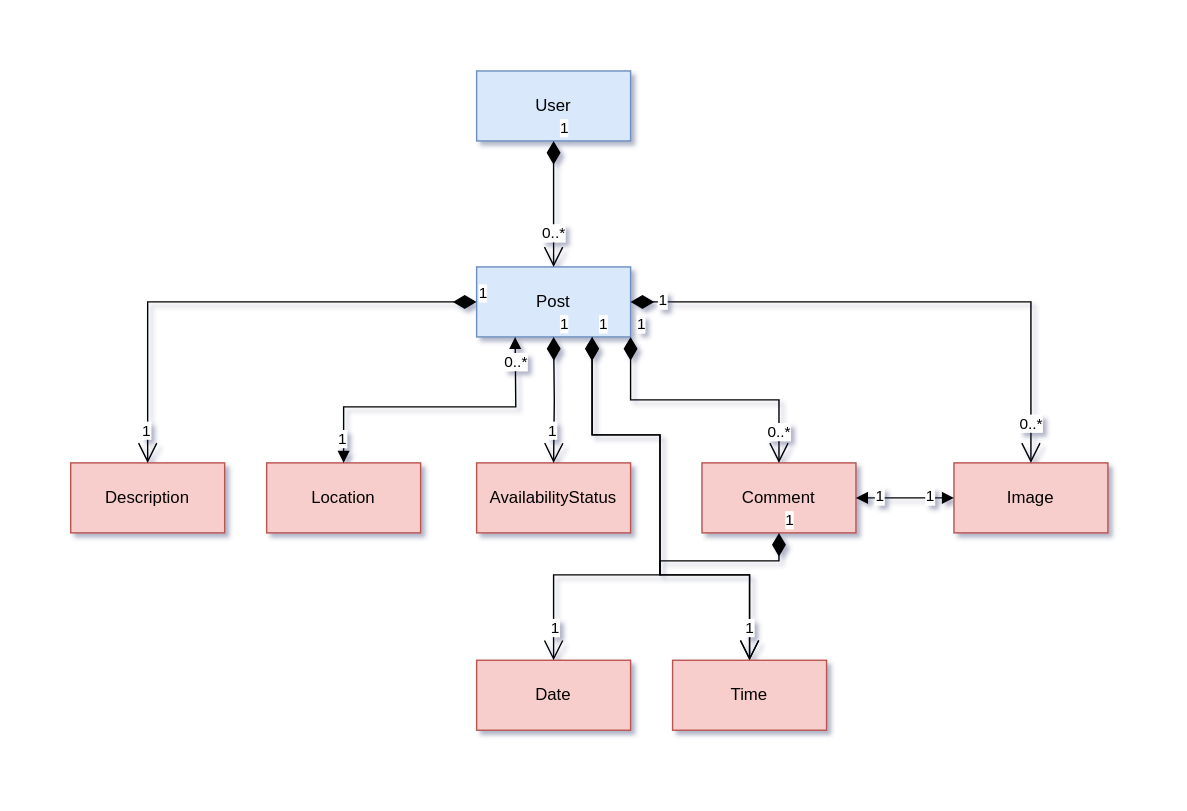
Before: assets/tastytrails.svg, a diagram exported from draw.io (kaushik-manivannan/tasty-trails). Source tidied: cells renumbered, new cells last; positions are measured from the earlier drawing's top-left corner, leaving out a move shared by most shapes. Source of this version:
```xml
<mxGraphModel>
  <root>
    <mxCell id="0" />
    <mxCell id="1" parent="0" />
    <mxCell id="2" value="User" style="html=1;whiteSpace=wrap;fillColor=#dae8fc;strokeColor=#6c8ebf;" parent="1" vertex="1">
      <mxGeometry x="290" width="110" height="50" as="geometry" />
    </mxCell>
    <mxCell id="3" value="Post" style="html=1;whiteSpace=wrap;fillColor=#dae8fc;strokeColor=#6c8ebf;" parent="1" vertex="1">
      <mxGeometry x="290" y="140" width="110" height="50" as="geometry" />
    </mxCell>
    <mxCell id="4" value="Location" style="html=1;whiteSpace=wrap;fillColor=#f8cecc;strokeColor=#b85450;" parent="1" vertex="1">
      <mxGeometry x="140" y="280" width="110" height="50" as="geometry" />
    </mxCell>
    <mxCell id="5" value="Comment" style="html=1;whiteSpace=wrap;fillColor=#f8cecc;strokeColor=#b85450;" parent="1" vertex="1">
      <mxGeometry x="451" y="280" width="110" height="50" as="geometry" />
    </mxCell>
    <mxCell id="6" value="Image" style="html=1;whiteSpace=wrap;fillColor=#f8cecc;strokeColor=#b85450;" parent="1" vertex="1">
      <mxGeometry x="631" y="280" width="110" height="50" as="geometry" />
    </mxCell>
    <mxCell id="7" value="Description" style="html=1;whiteSpace=wrap;fillColor=#f8cecc;strokeColor=#b85450;" parent="1" vertex="1">
      <mxGeometry y="280" width="110" height="50" as="geometry" />
    </mxCell>
    <mxCell id="8" value="Date" style="html=1;whiteSpace=wrap;fillColor=#f8cecc;strokeColor=#b85450;" parent="1" vertex="1">
      <mxGeometry x="290" y="421" width="110" height="50" as="geometry" />
    </mxCell>
    <mxCell id="9" value="Time" style="html=1;whiteSpace=wrap;fillColor=#f8cecc;strokeColor=#b85450;" parent="1" vertex="1">
      <mxGeometry x="430" y="421" width="110" height="50" as="geometry" />
    </mxCell>
    <mxCell id="10" value="AvailabilityStatus" style="html=1;whiteSpace=wrap;fillColor=#f8cecc;strokeColor=#b85450;" parent="1" vertex="1">
      <mxGeometry x="290" y="280" width="110" height="50" as="geometry" />
    </mxCell>
    <mxCell id="11" value="1" style="endArrow=open;html=1;endSize=12;startArrow=diamondThin;startSize=14;startFill=1;edgeStyle=orthogonalEdgeStyle;align=left;verticalAlign=bottom;rounded=0;exitX=0.5;exitY=1;exitDx=0;exitDy=0;entryX=0.5;entryY=0;entryDx=0;entryDy=0;" parent="1" edge="1" source="2" target="3">
      <mxGeometry x="-1" y="3" relative="1" as="geometry" />
    </mxCell>
    <mxCell id="12" value="0..*" style="edgeLabel;html=1;align=center;verticalAlign=middle;" parent="11" vertex="1">
      <mxGeometry x="0.59" y="-1" relative="1" as="geometry">
        <mxPoint x="1" y="-6" as="offset" />
      </mxGeometry>
    </mxCell>
    <mxCell id="13" value="1" style="endArrow=open;html=1;endSize=12;startArrow=diamondThin;startSize=14;startFill=1;edgeStyle=orthogonalEdgeStyle;align=left;verticalAlign=bottom;rounded=0;exitX=1;exitY=1;exitDx=0;exitDy=0;entryX=0.5;entryY=0;entryDx=0;entryDy=0;" parent="1" edge="1" source="3" target="5">
      <mxGeometry x="-1" y="3" relative="1" as="geometry" />
    </mxCell>
    <mxCell id="14" value="0..*" style="edgeLabel;html=1;align=center;verticalAlign=middle;" parent="13" vertex="1">
      <mxGeometry x="0.59" y="-1" relative="1" as="geometry">
        <mxPoint x="1" y="17" as="offset" />
      </mxGeometry>
    </mxCell>
    <mxCell id="15" style="endArrow=block;startArrow=block;endFill=1;startFill=1;html=1;rounded=0;exitX=0.25;exitY=1;exitDx=0;exitDy=0;entryX=0.5;entryY=0;entryDx=0;entryDy=0;" parent="1" edge="1" source="3" target="4">
      <mxGeometry relative="1" as="geometry">
        <Array as="points">
          <mxPoint x="318" y="240" />
          <mxPoint x="195" y="240" />
        </Array>
      </mxGeometry>
    </mxCell>
    <mxCell id="16" value="1" style="edgeLabel;html=1;align=center;verticalAlign=middle;" parent="15" vertex="1">
      <mxGeometry x="0.85" relative="1" as="geometry">
        <mxPoint x="-1" y="-2" as="offset" />
      </mxGeometry>
    </mxCell>
    <mxCell id="17" value="0..*" style="edgeLabel;html=1;align=center;verticalAlign=middle;" parent="15" vertex="1">
      <mxGeometry x="-0.83" relative="1" as="geometry" />
    </mxCell>
    <mxCell id="18" value="1" style="endArrow=open;html=1;endSize=12;startArrow=diamondThin;startSize=14;startFill=1;edgeStyle=orthogonalEdgeStyle;align=left;verticalAlign=bottom;rounded=0;entryX=0.5;entryY=0;entryDx=0;entryDy=0;" parent="1" edge="1" target="10">
      <mxGeometry x="-1" y="3" relative="1" as="geometry">
        <mxPoint x="345" y="190" as="sourcePoint" />
      </mxGeometry>
    </mxCell>
    <mxCell id="19" value="1" style="edgeLabel;html=1;align=center;verticalAlign=middle;" parent="18" vertex="1">
      <mxGeometry x="0.59" y="-1" relative="1" as="geometry">
        <mxPoint y="-5" as="offset" />
      </mxGeometry>
    </mxCell>
    <mxCell id="20" value="1" style="endArrow=open;html=1;endSize=12;startArrow=diamondThin;startSize=14;startFill=1;edgeStyle=orthogonalEdgeStyle;align=left;verticalAlign=bottom;rounded=0;exitX=0;exitY=0.5;exitDx=0;exitDy=0;entryX=0.5;entryY=0;entryDx=0;entryDy=0;" parent="1" edge="1" source="3" target="7">
      <mxGeometry x="-1" y="3" relative="1" as="geometry" />
    </mxCell>
    <mxCell id="21" value="1" style="edgeLabel;html=1;align=center;verticalAlign=middle;" parent="20" vertex="1">
      <mxGeometry x="0.59" y="-1" relative="1" as="geometry">
        <mxPoint y="47" as="offset" />
      </mxGeometry>
    </mxCell>
    <mxCell id="22" style="endArrow=block;startArrow=block;endFill=1;startFill=1;html=1;rounded=0;exitX=1;exitY=0.5;exitDx=0;exitDy=0;entryX=0;entryY=0.5;entryDx=0;entryDy=0;" parent="1" edge="1" source="5" target="6">
      <mxGeometry relative="1" as="geometry" />
    </mxCell>
    <mxCell id="23" value="1" style="edgeLabel;html=1;align=center;verticalAlign=middle;" parent="22" vertex="1">
      <mxGeometry x="-0.37" y="2" relative="1" as="geometry">
        <mxPoint x="-5" y="1" as="offset" />
      </mxGeometry>
    </mxCell>
    <mxCell id="24" value="1" style="edgeLabel;html=1;align=center;verticalAlign=middle;" parent="22" vertex="1">
      <mxGeometry x="0.41" y="2" relative="1" as="geometry">
        <mxPoint x="3" y="1" as="offset" />
      </mxGeometry>
    </mxCell>
    <mxCell id="25" style="endArrow=open;html=1;endSize=12;startArrow=diamondThin;startSize=14;startFill=1;edgeStyle=orthogonalEdgeStyle;align=left;verticalAlign=bottom;rounded=0;exitX=1;exitY=0.5;exitDx=0;exitDy=0;entryX=0.5;entryY=0;entryDx=0;entryDy=0;" parent="1" edge="1" source="3" target="6">
      <mxGeometry x="-0.89" y="-15" relative="1" as="geometry" />
    </mxCell>
    <mxCell id="26" value="0..*" style="edgeLabel;html=1;align=center;verticalAlign=middle;" parent="25" vertex="1">
      <mxGeometry x="0.59" y="-1" relative="1" as="geometry">
        <mxPoint x="1" y="53" as="offset" />
      </mxGeometry>
    </mxCell>
    <mxCell id="27" value="1" style="edgeLabel;html=1;align=center;verticalAlign=middle;" parent="25" vertex="1">
      <mxGeometry x="-0.87" relative="1" as="geometry">
        <mxPoint x="-2" y="-1" as="offset" />
      </mxGeometry>
    </mxCell>
    <mxCell id="28" value="1" style="endArrow=open;html=1;endSize=12;startArrow=diamondThin;startSize=14;startFill=1;edgeStyle=orthogonalEdgeStyle;align=left;verticalAlign=bottom;rounded=0;entryX=0.5;entryY=0;entryDx=0;entryDy=0;exitX=0.75;exitY=1;exitDx=0;exitDy=0;" parent="1" edge="1" source="3" target="8">
      <mxGeometry x="-1" y="3" relative="1" as="geometry">
        <Array as="points">
          <mxPoint x="373" y="260" />
          <mxPoint x="421" y="260" />
          <mxPoint x="421" y="360" />
          <mxPoint x="345" y="360" />
        </Array>
      </mxGeometry>
    </mxCell>
    <mxCell id="29" value="1" style="edgeLabel;html=1;align=center;verticalAlign=middle;" parent="28" vertex="1">
      <mxGeometry x="0.59" y="-1" relative="1" as="geometry">
        <mxPoint x="-11" y="39" as="offset" />
      </mxGeometry>
    </mxCell>
    <mxCell id="30" value="1" style="endArrow=open;html=1;endSize=12;startArrow=diamondThin;startSize=14;startFill=1;edgeStyle=orthogonalEdgeStyle;align=left;verticalAlign=bottom;rounded=0;entryX=0.5;entryY=0;entryDx=0;entryDy=0;exitX=0.75;exitY=1;exitDx=0;exitDy=0;" parent="1" edge="1" target="9">
      <mxGeometry x="-1" y="3" relative="1" as="geometry">
        <mxPoint x="372.5" y="190" as="sourcePoint" />
        <Array as="points">
          <mxPoint x="373" y="260" />
          <mxPoint x="421" y="260" />
          <mxPoint x="421" y="360" />
          <mxPoint x="485" y="360" />
        </Array>
      </mxGeometry>
    </mxCell>
    <mxCell id="31" value="1" style="endArrow=open;html=1;endSize=12;startArrow=diamondThin;startSize=14;startFill=1;edgeStyle=orthogonalEdgeStyle;align=left;verticalAlign=bottom;rounded=0;entryX=0.5;entryY=0;entryDx=0;entryDy=0;exitX=0.5;exitY=1;exitDx=0;exitDy=0;" parent="1" edge="1" source="5" target="9">
      <mxGeometry x="-1" y="3" relative="1" as="geometry">
        <Array as="points">
          <mxPoint x="506" y="350" />
          <mxPoint x="421" y="350" />
          <mxPoint x="421" y="360" />
          <mxPoint x="485" y="360" />
        </Array>
      </mxGeometry>
    </mxCell>
    <mxCell id="32" value="1" style="edgeLabel;html=1;align=center;verticalAlign=middle;" parent="31" vertex="1">
      <mxGeometry x="0.83" relative="1" as="geometry">
        <mxPoint y="-3" as="offset" />
      </mxGeometry>
    </mxCell>
  </root>
</mxGraphModel>
```
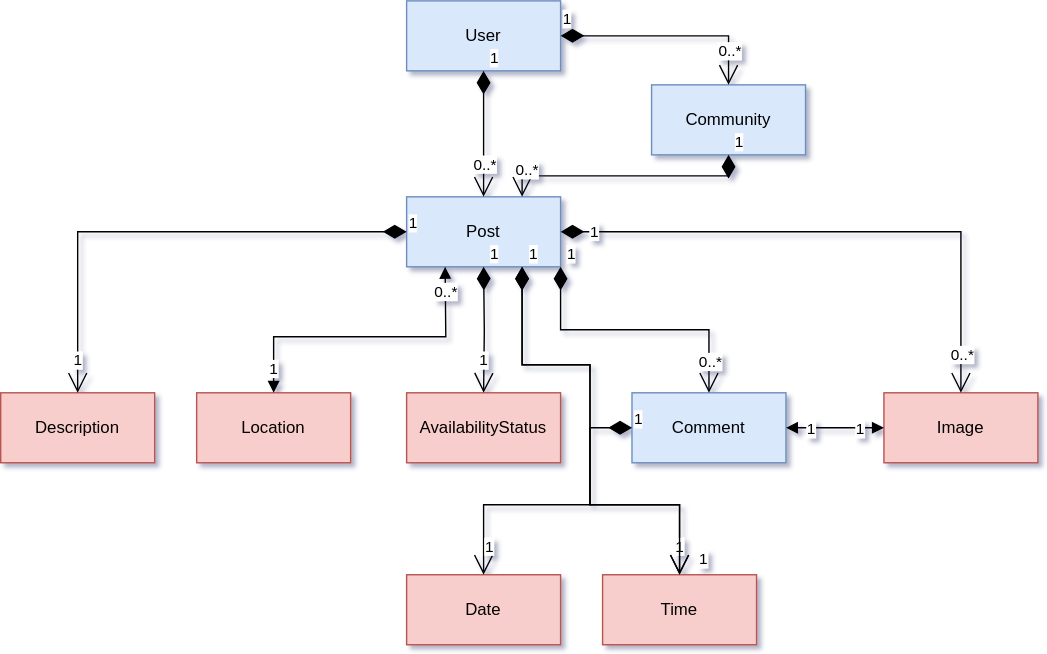
The same diagram one commit later.

Commit message:
Update Object Model Diagram

The edit, as a diff of the source:
```diff
@@ -11,7 +11,7 @@
     <mxCell id="4" value="Location" style="html=1;whiteSpace=wrap;fillColor=#f8cecc;strokeColor=#b85450;" parent="1" vertex="1">
       <mxGeometry x="140" y="280" width="110" height="50" as="geometry" />
     </mxCell>
-    <mxCell id="5" value="Comment" style="html=1;whiteSpace=wrap;fillColor=#f8cecc;strokeColor=#b85450;" parent="1" vertex="1">
+    <mxCell id="5" value="Comment" style="html=1;whiteSpace=wrap;fillColor=#dae8fc;strokeColor=#6c8ebf;" parent="1" vertex="1">
       <mxGeometry x="451" y="280" width="110" height="50" as="geometry" />
     </mxCell>
     <mxCell id="6" value="Image" style="html=1;whiteSpace=wrap;fillColor=#f8cecc;strokeColor=#b85450;" parent="1" vertex="1">
@@ -21,10 +21,10 @@
       <mxGeometry y="280" width="110" height="50" as="geometry" />
     </mxCell>
     <mxCell id="8" value="Date" style="html=1;whiteSpace=wrap;fillColor=#f8cecc;strokeColor=#b85450;" parent="1" vertex="1">
-      <mxGeometry x="290" y="421" width="110" height="50" as="geometry" />
+      <mxGeometry x="290" y="410" width="110" height="50" as="geometry" />
     </mxCell>
     <mxCell id="9" value="Time" style="html=1;whiteSpace=wrap;fillColor=#f8cecc;strokeColor=#b85450;" parent="1" vertex="1">
-      <mxGeometry x="430" y="421" width="110" height="50" as="geometry" />
+      <mxGeometry x="430" y="410" width="110" height="50" as="geometry" />
     </mxCell>
     <mxCell id="10" value="AvailabilityStatus" style="html=1;whiteSpace=wrap;fillColor=#f8cecc;strokeColor=#b85450;" parent="1" vertex="1">
       <mxGeometry x="290" y="280" width="110" height="50" as="geometry" />
@@ -84,12 +84,12 @@
     </mxCell>
     <mxCell id="23" value="1" style="edgeLabel;html=1;align=center;verticalAlign=middle;" parent="22" vertex="1">
       <mxGeometry x="-0.37" y="2" relative="1" as="geometry">
-        <mxPoint x="-5" y="1" as="offset" />
+        <mxPoint x="-5" y="2" as="offset" />
       </mxGeometry>
     </mxCell>
     <mxCell id="24" value="1" style="edgeLabel;html=1;align=center;verticalAlign=middle;" parent="22" vertex="1">
       <mxGeometry x="0.41" y="2" relative="1" as="geometry">
-        <mxPoint x="3" y="1" as="offset" />
+        <mxPoint x="3" y="2" as="offset" />
       </mxGeometry>
     </mxCell>
     <mxCell id="25" style="endArrow=open;html=1;endSize=12;startArrow=diamondThin;startSize=14;startFill=1;edgeStyle=orthogonalEdgeStyle;align=left;verticalAlign=bottom;rounded=0;exitX=1;exitY=0.5;exitDx=0;exitDy=0;entryX=0.5;entryY=0;entryDx=0;entryDy=0;" parent="1" edge="1" source="3" target="6">
@@ -117,34 +117,58 @@
     </mxCell>
     <mxCell id="29" value="1" style="edgeLabel;html=1;align=center;verticalAlign=middle;" parent="28" vertex="1">
       <mxGeometry x="0.59" y="-1" relative="1" as="geometry">
-        <mxPoint x="-11" y="39" as="offset" />
+        <mxPoint x="-16" y="30" as="offset" />
       </mxGeometry>
     </mxCell>
-    <mxCell id="30" value="1" style="endArrow=open;html=1;endSize=12;startArrow=diamondThin;startSize=14;startFill=1;edgeStyle=orthogonalEdgeStyle;align=left;verticalAlign=bottom;rounded=0;entryX=0.5;entryY=0;entryDx=0;entryDy=0;exitX=0.75;exitY=1;exitDx=0;exitDy=0;" parent="1" edge="1" target="9">
+    <mxCell id="30" value="1" style="endArrow=open;html=1;endSize=12;startArrow=diamondThin;startSize=14;startFill=1;edgeStyle=orthogonalEdgeStyle;align=left;verticalAlign=bottom;rounded=0;entryX=0.5;entryY=0;entryDx=0;entryDy=0;exitX=0.75;exitY=1;exitDx=0;exitDy=0;" parent="1" edge="1">
       <mxGeometry x="-1" y="3" relative="1" as="geometry">
         <mxPoint x="372.5" y="190" as="sourcePoint" />
+        <mxPoint x="485" y="410" as="targetPoint" />
         <Array as="points">
-          <mxPoint x="373" y="260" />
+          <mxPoint x="372" y="260" />
           <mxPoint x="421" y="260" />
           <mxPoint x="421" y="360" />
           <mxPoint x="485" y="360" />
         </Array>
       </mxGeometry>
     </mxCell>
+    <mxCell id="33" value="1" style="edgeLabel;html=1;align=center;verticalAlign=middle;" parent="30" vertex="1">
+      <mxGeometry x="0.59" y="-1" relative="1" as="geometry">
+        <mxPoint x="17" y="28" as="offset" />
+      </mxGeometry>
+    </mxCell>
-    <mxCell id="31" value="1" style="endArrow=open;html=1;endSize=12;startArrow=diamondThin;startSize=14;startFill=1;edgeStyle=orthogonalEdgeStyle;align=left;verticalAlign=bottom;rounded=0;entryX=0.5;entryY=0;entryDx=0;entryDy=0;exitX=0.5;exitY=1;exitDx=0;exitDy=0;" parent="1" edge="1" source="5" target="9">
+    <mxCell id="31" value="1" style="endArrow=open;html=1;endSize=12;startArrow=diamondThin;startSize=14;startFill=1;edgeStyle=orthogonalEdgeStyle;align=left;verticalAlign=bottom;rounded=0;entryX=0.5;entryY=0;entryDx=0;entryDy=0;exitX=0;exitY=0.5;exitDx=0;exitDy=0;" parent="1" edge="1" source="5" target="9">
       <mxGeometry x="-1" y="3" relative="1" as="geometry">
         <Array as="points">
-          <mxPoint x="506" y="350" />
-          <mxPoint x="421" y="350" />
+          <mxPoint x="421" y="305" />
           <mxPoint x="421" y="360" />
           <mxPoint x="485" y="360" />
         </Array>
       </mxGeometry>
     </mxCell>
-    <mxCell id="32" value="1" style="edgeLabel;html=1;align=center;verticalAlign=middle;" parent="31" vertex="1">
-      <mxGeometry x="0.83" relative="1" as="geometry">
-        <mxPoint y="-3" as="offset" />
-      </mxGeometry>
-    </mxCell>
+    <mxCell id="34" value="1" style="edgeLabel;html=1;align=center;verticalAlign=middle;" parent="31" vertex="1">
+      <mxGeometry x="0.59" y="-1" relative="1" as="geometry">
+        <mxPoint x="17" y="28" as="offset" />
+      </mxGeometry>
+    </mxCell>
+    <mxCell id="35" value="Community" style="html=1;whiteSpace=wrap;fillColor=#dae8fc;strokeColor=#6c8ebf;" parent="1" vertex="1">
+      <mxGeometry x="465" y="60" width="110" height="50" as="geometry" />
+    </mxCell>
+    <mxCell id="36" value="1" style="endArrow=open;html=1;endSize=12;startArrow=diamondThin;startSize=14;startFill=1;edgeStyle=orthogonalEdgeStyle;align=left;verticalAlign=bottom;rounded=0;exitX=1;exitY=0.5;exitDx=0;exitDy=0;entryX=0.5;entryY=0;entryDx=0;entryDy=0;" parent="1" edge="1" source="2" target="35">
+      <mxGeometry x="-1" y="3" relative="1" as="geometry" />
+    </mxCell>
+    <mxCell id="37" value="0..*" style="edgeLabel;html=1;align=center;verticalAlign=middle;" parent="36" vertex="1">
+      <mxGeometry x="0.59" y="-1" relative="1" as="geometry">
+        <mxPoint x="1" y="6" as="offset" />
+      </mxGeometry>
+    </mxCell>
+    <mxCell id="38" value="1" style="endArrow=open;html=1;endSize=12;startArrow=diamondThin;startSize=14;startFill=1;edgeStyle=orthogonalEdgeStyle;align=left;verticalAlign=bottom;rounded=0;exitX=0.5;exitY=1;exitDx=0;exitDy=0;entryX=0.75;entryY=0;entryDx=0;entryDy=0;" parent="1" edge="1" source="35" target="3">
+      <mxGeometry x="-1" y="3" relative="1" as="geometry" />
+    </mxCell>
+    <mxCell id="39" value="0..*" style="edgeLabel;html=1;align=center;verticalAlign=middle;" parent="38" vertex="1">
+      <mxGeometry x="0.59" y="-1" relative="1" as="geometry">
+        <mxPoint x="-18" y="-4" as="offset" />
+      </mxGeometry>
+    </mxCell>
   </root>
 </mxGraphModel>
```
